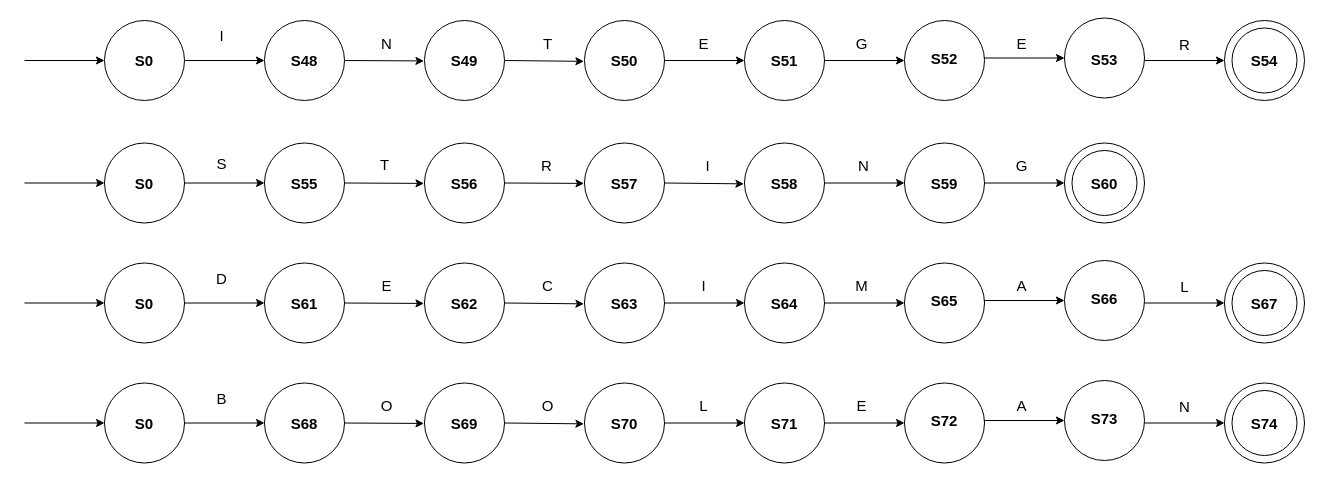
This is dataType.drawio from MonaJea-Ng/Projects, a draw.io file, before an edit. Source tidied: cells renumbered, new cells numbered last; positions are measured from the earlier drawing's top-left corner, leaving out a move shared by most shapes. Both pictures are drawn from the tidied source at 100%, with x=0, y=0 at pixel (24, 18).
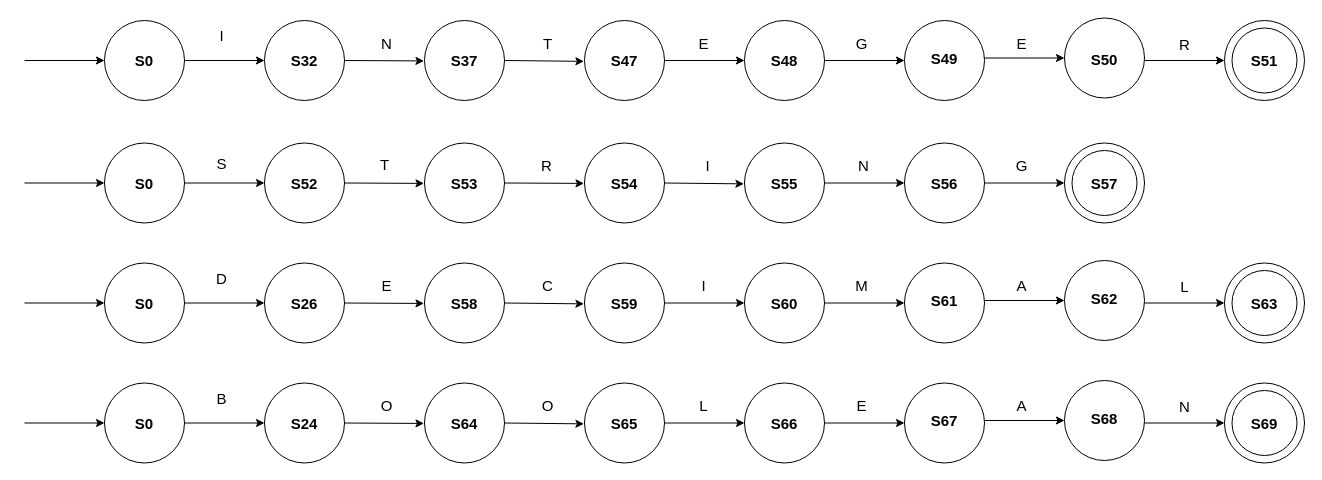
The same diagram, later.

What changed in the source:
```diff
@@
-    <mxCell id="6" value="&lt;b style=&quot;font-size: 15px;&quot;&gt;S50&lt;/b&gt;" style="text;html=1;strokeColor=none;fillColor=none;align=center;verticalAlign=middle;whiteSpace=wrap;rounded=0;fontSize=15;" parent="1" vertex="1">
+    <mxCell id="6" value="&lt;b style=&quot;font-size: 15px;&quot;&gt;S47&lt;/b&gt;" style="text;html=1;strokeColor=none;fillColor=none;align=center;verticalAlign=middle;whiteSpace=wrap;rounded=0;fontSize=15;" parent="1" vertex="1">
       <mxGeometry x="570" y="27" width="60" height="30" as="geometry" />
     </mxCell>
-    <mxCell id="7" value="&lt;b&gt;&lt;font style=&quot;font-size: 15px;&quot;&gt;S51&lt;/font&gt;&lt;/b&gt;" style="text;html=1;strokeColor=none;fillColor=none;align=center;verticalAlign=middle;whiteSpace=wrap;rounded=0;" parent="1" vertex="1">
+    <mxCell id="7" value="&lt;b&gt;&lt;font style=&quot;font-size: 15px;&quot;&gt;S48&lt;/font&gt;&lt;/b&gt;" style="text;html=1;strokeColor=none;fillColor=none;align=center;verticalAlign=middle;whiteSpace=wrap;rounded=0;" parent="1" vertex="1">
       <mxGeometry x="730" y="27" width="60" height="30" as="geometry" />
     </mxCell>
@@
-    <mxCell id="12" value="&lt;b&gt;&lt;font style=&quot;font-size: 15px;&quot;&gt;S54&lt;/font&gt;&lt;/b&gt;" style="text;html=1;strokeColor=none;fillColor=none;align=center;verticalAlign=middle;whiteSpace=wrap;rounded=0;" parent="1" vertex="1">
+    <mxCell id="12" value="&lt;b&gt;&lt;font style=&quot;font-size: 15px;&quot;&gt;S51&lt;/font&gt;&lt;/b&gt;" style="text;html=1;strokeColor=none;fillColor=none;align=center;verticalAlign=middle;whiteSpace=wrap;rounded=0;" parent="1" vertex="1">
       <mxGeometry x="1210" y="27" width="60" height="30" as="geometry" />
     </mxCell>
@@
-    <mxCell id="16" value="&lt;b style=&quot;font-size: 15px;&quot;&gt;S49&lt;/b&gt;" style="text;html=1;strokeColor=none;fillColor=none;align=center;verticalAlign=middle;whiteSpace=wrap;rounded=0;fontSize=15;" parent="1" vertex="1">
+    <mxCell id="16" value="&lt;b style=&quot;font-size: 15px;&quot;&gt;S37&lt;/b&gt;" style="text;html=1;strokeColor=none;fillColor=none;align=center;verticalAlign=middle;whiteSpace=wrap;rounded=0;fontSize=15;" parent="1" vertex="1">
       <mxGeometry x="410" y="27" width="60" height="30" as="geometry" />
     </mxCell>
@@
-    <mxCell id="19" value="&lt;b style=&quot;font-size: 15px;&quot;&gt;S48&lt;/b&gt;" style="text;html=1;strokeColor=none;fillColor=none;align=center;verticalAlign=middle;whiteSpace=wrap;rounded=0;fontSize=15;" parent="1" vertex="1">
+    <mxCell id="19" value="&lt;b style=&quot;font-size: 15px;&quot;&gt;S32&lt;/b&gt;" style="text;html=1;strokeColor=none;fillColor=none;align=center;verticalAlign=middle;whiteSpace=wrap;rounded=0;fontSize=15;" parent="1" vertex="1">
       <mxGeometry x="250" y="27" width="60" height="30" as="geometry" />
     </mxCell>
@@
-    <mxCell id="28" value="&lt;b&gt;&lt;font style=&quot;font-size: 15px;&quot;&gt;S52&lt;/font&gt;&lt;/b&gt;" style="text;html=1;strokeColor=none;fillColor=none;align=center;verticalAlign=middle;whiteSpace=wrap;rounded=0;" parent="1" vertex="1">
+    <mxCell id="28" value="&lt;b&gt;&lt;font style=&quot;font-size: 15px;&quot;&gt;S49&lt;/font&gt;&lt;/b&gt;" style="text;html=1;strokeColor=none;fillColor=none;align=center;verticalAlign=middle;whiteSpace=wrap;rounded=0;" parent="1" vertex="1">
       <mxGeometry x="890" y="27" width="60" height="25" as="geometry" />
     </mxCell>
@@
-    <mxCell id="32" value="&lt;b&gt;&lt;font style=&quot;font-size: 15px;&quot;&gt;S53&lt;/font&gt;&lt;/b&gt;" style="text;html=1;strokeColor=none;fillColor=none;align=center;verticalAlign=middle;whiteSpace=wrap;rounded=0;" parent="1" vertex="1">
+    <mxCell id="32" value="&lt;b&gt;&lt;font style=&quot;font-size: 15px;&quot;&gt;S50&lt;/font&gt;&lt;/b&gt;" style="text;html=1;strokeColor=none;fillColor=none;align=center;verticalAlign=middle;whiteSpace=wrap;rounded=0;" parent="1" vertex="1">
       <mxGeometry x="1050" y="28.5" width="60" height="25" as="geometry" />
     </mxCell>
@@
-    <mxCell id="38" value="&lt;b style=&quot;font-size: 15px;&quot;&gt;S58&lt;/b&gt;" style="text;html=1;strokeColor=none;fillColor=none;align=center;verticalAlign=middle;whiteSpace=wrap;rounded=0;fontSize=15;" parent="1" vertex="1">
+    <mxCell id="38" value="&lt;b style=&quot;font-size: 15px;&quot;&gt;S55&lt;/b&gt;" style="text;html=1;strokeColor=none;fillColor=none;align=center;verticalAlign=middle;whiteSpace=wrap;rounded=0;fontSize=15;" parent="1" vertex="1">
       <mxGeometry x="730" y="149.5" width="60" height="30" as="geometry" />
     </mxCell>
-    <mxCell id="39" value="&lt;b&gt;&lt;font style=&quot;font-size: 15px;&quot;&gt;S59&lt;/font&gt;&lt;/b&gt;" style="text;html=1;strokeColor=none;fillColor=none;align=center;verticalAlign=middle;whiteSpace=wrap;rounded=0;" parent="1" vertex="1">
+    <mxCell id="39" value="&lt;b&gt;&lt;font style=&quot;font-size: 15px;&quot;&gt;S56&lt;/font&gt;&lt;/b&gt;" style="text;html=1;strokeColor=none;fillColor=none;align=center;verticalAlign=middle;whiteSpace=wrap;rounded=0;" parent="1" vertex="1">
       <mxGeometry x="890" y="149.5" width="60" height="30" as="geometry" />
     </mxCell>
@@
-    <mxCell id="43" value="&lt;b&gt;&lt;font style=&quot;font-size: 15px;&quot;&gt;S60&lt;/font&gt;&lt;/b&gt;" style="text;html=1;strokeColor=none;fillColor=none;align=center;verticalAlign=middle;whiteSpace=wrap;rounded=0;" parent="1" vertex="1">
+    <mxCell id="43" value="&lt;b&gt;&lt;font style=&quot;font-size: 15px;&quot;&gt;S57&lt;/font&gt;&lt;/b&gt;" style="text;html=1;strokeColor=none;fillColor=none;align=center;verticalAlign=middle;whiteSpace=wrap;rounded=0;" parent="1" vertex="1">
       <mxGeometry x="1050" y="149.5" width="60" height="30" as="geometry" />
     </mxCell>
@@
-    <mxCell id="46" value="&lt;b style=&quot;font-size: 15px;&quot;&gt;S57&lt;/b&gt;" style="text;html=1;strokeColor=none;fillColor=none;align=center;verticalAlign=middle;whiteSpace=wrap;rounded=0;fontSize=15;" parent="1" vertex="1">
+    <mxCell id="46" value="&lt;b style=&quot;font-size: 15px;&quot;&gt;S54&lt;/b&gt;" style="text;html=1;strokeColor=none;fillColor=none;align=center;verticalAlign=middle;whiteSpace=wrap;rounded=0;fontSize=15;" parent="1" vertex="1">
       <mxGeometry x="570" y="149.5" width="60" height="30" as="geometry" />
     </mxCell>
@@
-    <mxCell id="49" value="&lt;b style=&quot;font-size: 15px;&quot;&gt;S55&lt;/b&gt;" style="text;html=1;strokeColor=none;fillColor=none;align=center;verticalAlign=middle;whiteSpace=wrap;rounded=0;fontSize=15;" parent="1" vertex="1">
+    <mxCell id="49" value="&lt;b style=&quot;font-size: 15px;&quot;&gt;S52&lt;/b&gt;" style="text;html=1;strokeColor=none;fillColor=none;align=center;verticalAlign=middle;whiteSpace=wrap;rounded=0;fontSize=15;" parent="1" vertex="1">
       <mxGeometry x="250" y="149.5" width="60" height="30" as="geometry" />
     </mxCell>
@@
-    <mxCell id="62" value="&lt;b style=&quot;font-size: 15px;&quot;&gt;S63&lt;/b&gt;" style="text;html=1;strokeColor=none;fillColor=none;align=center;verticalAlign=middle;whiteSpace=wrap;rounded=0;fontSize=15;" parent="1" vertex="1">
+    <mxCell id="62" value="&lt;b style=&quot;font-size: 15px;&quot;&gt;S59&lt;/b&gt;" style="text;html=1;strokeColor=none;fillColor=none;align=center;verticalAlign=middle;whiteSpace=wrap;rounded=0;fontSize=15;" parent="1" vertex="1">
       <mxGeometry x="570" y="269.5" width="60" height="30" as="geometry" />
     </mxCell>
-    <mxCell id="63" value="&lt;b&gt;&lt;font style=&quot;font-size: 15px;&quot;&gt;S64&lt;/font&gt;&lt;/b&gt;" style="text;html=1;strokeColor=none;fillColor=none;align=center;verticalAlign=middle;whiteSpace=wrap;rounded=0;" parent="1" vertex="1">
+    <mxCell id="63" value="&lt;b&gt;&lt;font style=&quot;font-size: 15px;&quot;&gt;S60&lt;/font&gt;&lt;/b&gt;" style="text;html=1;strokeColor=none;fillColor=none;align=center;verticalAlign=middle;whiteSpace=wrap;rounded=0;" parent="1" vertex="1">
       <mxGeometry x="730" y="269.5" width="60" height="30" as="geometry" />
     </mxCell>
@@
-    <mxCell id="68" value="&lt;b&gt;&lt;font style=&quot;font-size: 15px;&quot;&gt;S67&lt;/font&gt;&lt;/b&gt;" style="text;html=1;strokeColor=none;fillColor=none;align=center;verticalAlign=middle;whiteSpace=wrap;rounded=0;" parent="1" vertex="1">
+    <mxCell id="68" value="&lt;b&gt;&lt;font style=&quot;font-size: 15px;&quot;&gt;S63&lt;/font&gt;&lt;/b&gt;" style="text;html=1;strokeColor=none;fillColor=none;align=center;verticalAlign=middle;whiteSpace=wrap;rounded=0;" parent="1" vertex="1">
       <mxGeometry x="1210" y="269.5" width="60" height="30" as="geometry" />
     </mxCell>
@@
-    <mxCell id="72" value="&lt;b style=&quot;font-size: 15px;&quot;&gt;S62&lt;/b&gt;" style="text;html=1;strokeColor=none;fillColor=none;align=center;verticalAlign=middle;whiteSpace=wrap;rounded=0;fontSize=15;" parent="1" vertex="1">
+    <mxCell id="72" value="&lt;b style=&quot;font-size: 15px;&quot;&gt;S58&lt;/b&gt;" style="text;html=1;strokeColor=none;fillColor=none;align=center;verticalAlign=middle;whiteSpace=wrap;rounded=0;fontSize=15;" parent="1" vertex="1">
       <mxGeometry x="410" y="269.5" width="60" height="30" as="geometry" />
     </mxCell>
@@
-    <mxCell id="75" value="&lt;b style=&quot;font-size: 15px;&quot;&gt;S61&lt;/b&gt;" style="text;html=1;strokeColor=none;fillColor=none;align=center;verticalAlign=middle;whiteSpace=wrap;rounded=0;fontSize=15;" parent="1" vertex="1">
+    <mxCell id="75" value="&lt;b style=&quot;font-size: 15px;&quot;&gt;S26&lt;/b&gt;" style="text;html=1;strokeColor=none;fillColor=none;align=center;verticalAlign=middle;whiteSpace=wrap;rounded=0;fontSize=15;" parent="1" vertex="1">
       <mxGeometry x="250" y="269.5" width="60" height="30" as="geometry" />
     </mxCell>
@@
-    <mxCell id="84" value="&lt;b&gt;&lt;font style=&quot;font-size: 15px;&quot;&gt;S65&lt;/font&gt;&lt;/b&gt;" style="text;html=1;strokeColor=none;fillColor=none;align=center;verticalAlign=middle;whiteSpace=wrap;rounded=0;" parent="1" vertex="1">
+    <mxCell id="84" value="&lt;b&gt;&lt;font style=&quot;font-size: 15px;&quot;&gt;S61&lt;/font&gt;&lt;/b&gt;" style="text;html=1;strokeColor=none;fillColor=none;align=center;verticalAlign=middle;whiteSpace=wrap;rounded=0;" parent="1" vertex="1">
       <mxGeometry x="890" y="269.5" width="60" height="25" as="geometry" />
     </mxCell>
@@
-    <mxCell id="88" value="&lt;b&gt;&lt;font style=&quot;font-size: 15px;&quot;&gt;S66&lt;/font&gt;&lt;/b&gt;" style="text;html=1;strokeColor=none;fillColor=none;align=center;verticalAlign=middle;whiteSpace=wrap;rounded=0;" parent="1" vertex="1">
+    <mxCell id="88" value="&lt;b&gt;&lt;font style=&quot;font-size: 15px;&quot;&gt;S62&lt;/font&gt;&lt;/b&gt;" style="text;html=1;strokeColor=none;fillColor=none;align=center;verticalAlign=middle;whiteSpace=wrap;rounded=0;" parent="1" vertex="1">
       <mxGeometry x="1050" y="267" width="60" height="25" as="geometry" />
     </mxCell>
@@
-    <mxCell id="94" value="&lt;b style=&quot;font-size: 15px;&quot;&gt;S70&lt;/b&gt;" style="text;html=1;strokeColor=none;fillColor=none;align=center;verticalAlign=middle;whiteSpace=wrap;rounded=0;fontSize=15;" parent="1" vertex="1">
+    <mxCell id="94" value="&lt;b style=&quot;font-size: 15px;&quot;&gt;S65&lt;/b&gt;" style="text;html=1;strokeColor=none;fillColor=none;align=center;verticalAlign=middle;whiteSpace=wrap;rounded=0;fontSize=15;" parent="1" vertex="1">
       <mxGeometry x="570" y="389.5" width="60" height="30" as="geometry" />
     </mxCell>
-    <mxCell id="95" value="&lt;b&gt;&lt;font style=&quot;font-size: 15px;&quot;&gt;S71&lt;/font&gt;&lt;/b&gt;" style="text;html=1;strokeColor=none;fillColor=none;align=center;verticalAlign=middle;whiteSpace=wrap;rounded=0;" parent="1" vertex="1">
+    <mxCell id="95" value="&lt;b&gt;&lt;font style=&quot;font-size: 15px;&quot;&gt;S66&lt;/font&gt;&lt;/b&gt;" style="text;html=1;strokeColor=none;fillColor=none;align=center;verticalAlign=middle;whiteSpace=wrap;rounded=0;" parent="1" vertex="1">
       <mxGeometry x="730" y="389.5" width="60" height="30" as="geometry" />
     </mxCell>
@@
-    <mxCell id="100" value="&lt;b&gt;&lt;font style=&quot;font-size: 15px;&quot;&gt;S74&lt;/font&gt;&lt;/b&gt;" style="text;html=1;strokeColor=none;fillColor=none;align=center;verticalAlign=middle;whiteSpace=wrap;rounded=0;" parent="1" vertex="1">
+    <mxCell id="100" value="&lt;b&gt;&lt;font style=&quot;font-size: 15px;&quot;&gt;S69&lt;/font&gt;&lt;/b&gt;" style="text;html=1;strokeColor=none;fillColor=none;align=center;verticalAlign=middle;whiteSpace=wrap;rounded=0;" parent="1" vertex="1">
       <mxGeometry x="1210" y="389.5" width="60" height="30" as="geometry" />
     </mxCell>
@@
-    <mxCell id="104" value="&lt;b style=&quot;font-size: 15px;&quot;&gt;S69&lt;/b&gt;" style="text;html=1;strokeColor=none;fillColor=none;align=center;verticalAlign=middle;whiteSpace=wrap;rounded=0;fontSize=15;" parent="1" vertex="1">
+    <mxCell id="104" value="&lt;b style=&quot;font-size: 15px;&quot;&gt;S64&lt;/b&gt;" style="text;html=1;strokeColor=none;fillColor=none;align=center;verticalAlign=middle;whiteSpace=wrap;rounded=0;fontSize=15;" parent="1" vertex="1">
       <mxGeometry x="410" y="389.5" width="60" height="30" as="geometry" />
     </mxCell>
@@
-    <mxCell id="107" value="&lt;b style=&quot;font-size: 15px;&quot;&gt;S68&lt;/b&gt;" style="text;html=1;strokeColor=none;fillColor=none;align=center;verticalAlign=middle;whiteSpace=wrap;rounded=0;fontSize=15;" parent="1" vertex="1">
+    <mxCell id="107" value="&lt;b style=&quot;font-size: 15px;&quot;&gt;S24&lt;/b&gt;" style="text;html=1;strokeColor=none;fillColor=none;align=center;verticalAlign=middle;whiteSpace=wrap;rounded=0;fontSize=15;" parent="1" vertex="1">
       <mxGeometry x="250" y="389.5" width="60" height="30" as="geometry" />
     </mxCell>
@@
-    <mxCell id="116" value="&lt;b&gt;&lt;font style=&quot;font-size: 15px;&quot;&gt;S72&lt;/font&gt;&lt;/b&gt;" style="text;html=1;strokeColor=none;fillColor=none;align=center;verticalAlign=middle;whiteSpace=wrap;rounded=0;" parent="1" vertex="1">
+    <mxCell id="116" value="&lt;b&gt;&lt;font style=&quot;font-size: 15px;&quot;&gt;S67&lt;/font&gt;&lt;/b&gt;" style="text;html=1;strokeColor=none;fillColor=none;align=center;verticalAlign=middle;whiteSpace=wrap;rounded=0;" parent="1" vertex="1">
       <mxGeometry x="890" y="389.5" width="60" height="25" as="geometry" />
     </mxCell>
@@
-    <mxCell id="120" value="&lt;b&gt;&lt;font style=&quot;font-size: 15px;&quot;&gt;S73&lt;/font&gt;&lt;/b&gt;" style="text;html=1;strokeColor=none;fillColor=none;align=center;verticalAlign=middle;whiteSpace=wrap;rounded=0;" parent="1" vertex="1">
+    <mxCell id="120" value="&lt;b&gt;&lt;font style=&quot;font-size: 15px;&quot;&gt;S68&lt;/font&gt;&lt;/b&gt;" style="text;html=1;strokeColor=none;fillColor=none;align=center;verticalAlign=middle;whiteSpace=wrap;rounded=0;" parent="1" vertex="1">
       <mxGeometry x="1050" y="387" width="60" height="25" as="geometry" />
     </mxCell>
@@
-    <mxCell id="124" value="&lt;b style=&quot;font-size: 15px;&quot;&gt;S56&lt;/b&gt;" style="text;html=1;strokeColor=none;fillColor=none;align=center;verticalAlign=middle;whiteSpace=wrap;rounded=0;fontSize=15;" parent="1" vertex="1">
+    <mxCell id="124" value="&lt;b style=&quot;font-size: 15px;&quot;&gt;S53&lt;/b&gt;" style="text;html=1;strokeColor=none;fillColor=none;align=center;verticalAlign=middle;whiteSpace=wrap;rounded=0;fontSize=15;" parent="1" vertex="1">
       <mxGeometry x="410" y="149.5" width="60" height="30" as="geometry" />
     </mxCell>
```
